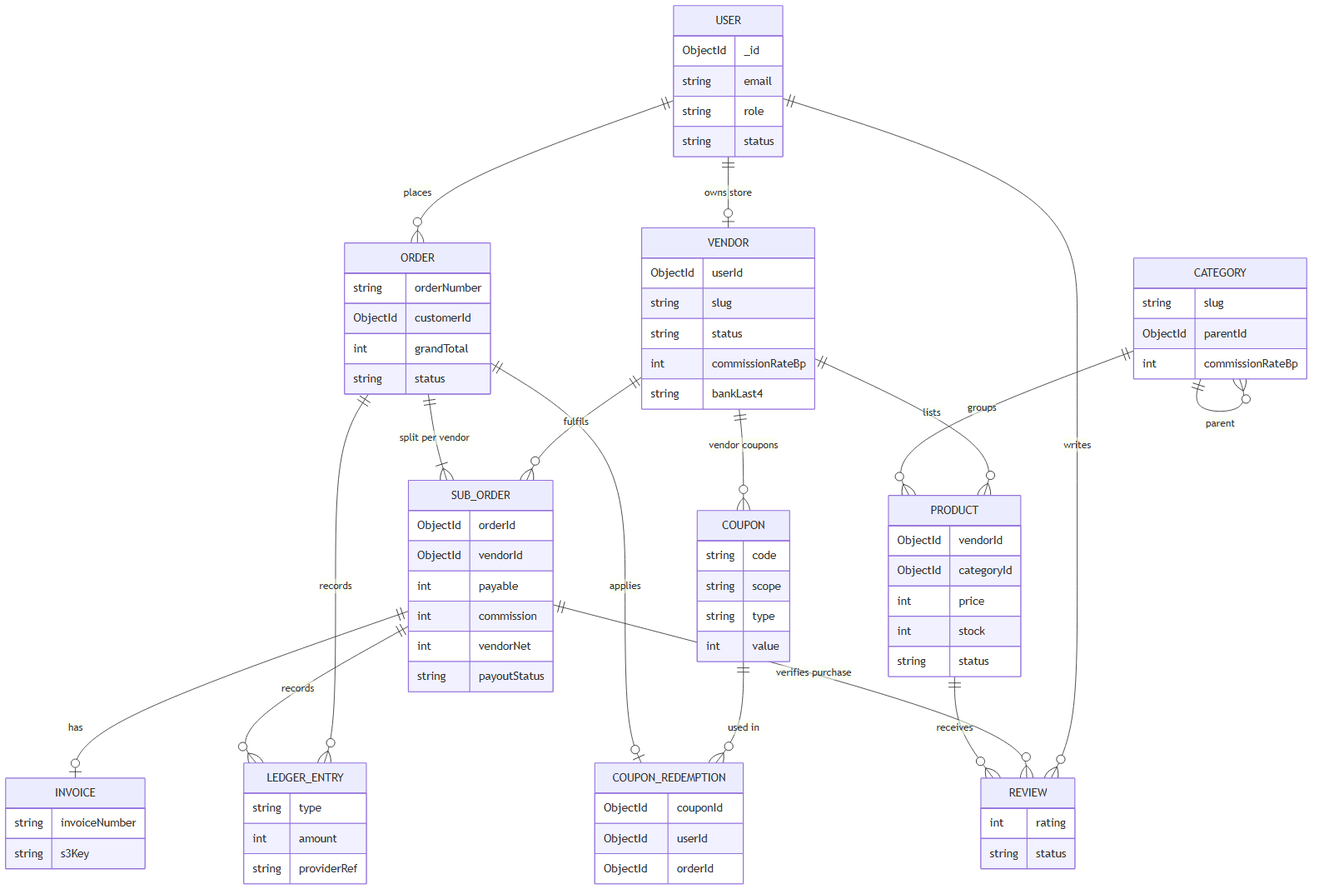
Above: FS-01/docs/assets/erd.png in Adarsh619/Rout_Adarsh_Pradhan_Capstone_Projects (Mermaid), before the change. Its source is kept beside it as FS-01/docs/assets/erd.mmd. Its diagram source:
```mermaid
erDiagram
  USER ||--o| VENDOR : "owns store"
  USER ||--o{ ORDER : places
  USER ||--o{ REVIEW : writes
  VENDOR ||--o{ PRODUCT : lists
  VENDOR ||--o{ SUB_ORDER : fulfils
  VENDOR ||--o{ COUPON : "vendor coupons"
  CATEGORY ||--o{ PRODUCT : groups
  CATEGORY ||--o{ CATEGORY : parent
  ORDER ||--|{ SUB_ORDER : "split per vendor"
  ORDER ||--o{ LEDGER_ENTRY : records
  SUB_ORDER ||--o{ LEDGER_ENTRY : records
  SUB_ORDER ||--o| INVOICE : has
  SUB_ORDER ||--o{ REVIEW : "verifies purchase"
  PRODUCT ||--o{ REVIEW : receives
  COUPON ||--o{ COUPON_REDEMPTION : "used in"
  ORDER ||--o| COUPON_REDEMPTION : applies

  USER { ObjectId _id string email string role string status }
  VENDOR { ObjectId userId string slug string status int commissionRateBp string bankLast4 }
  CATEGORY { string slug ObjectId parentId int commissionRateBp }
  PRODUCT { ObjectId vendorId ObjectId categoryId int price int stock string status }
  ORDER { string orderNumber ObjectId customerId int grandTotal string status }
  SUB_ORDER { ObjectId orderId ObjectId vendorId int payable int commission int vendorNet string payoutStatus }
  LEDGER_ENTRY { string type int amount string providerRef }
  INVOICE { string invoiceNumber string s3Key }
  REVIEW { int rating string status }
  COUPON { string code string scope string type int value }
  COUPON_REDEMPTION { ObjectId couponId ObjectId userId ObjectId orderId }
```
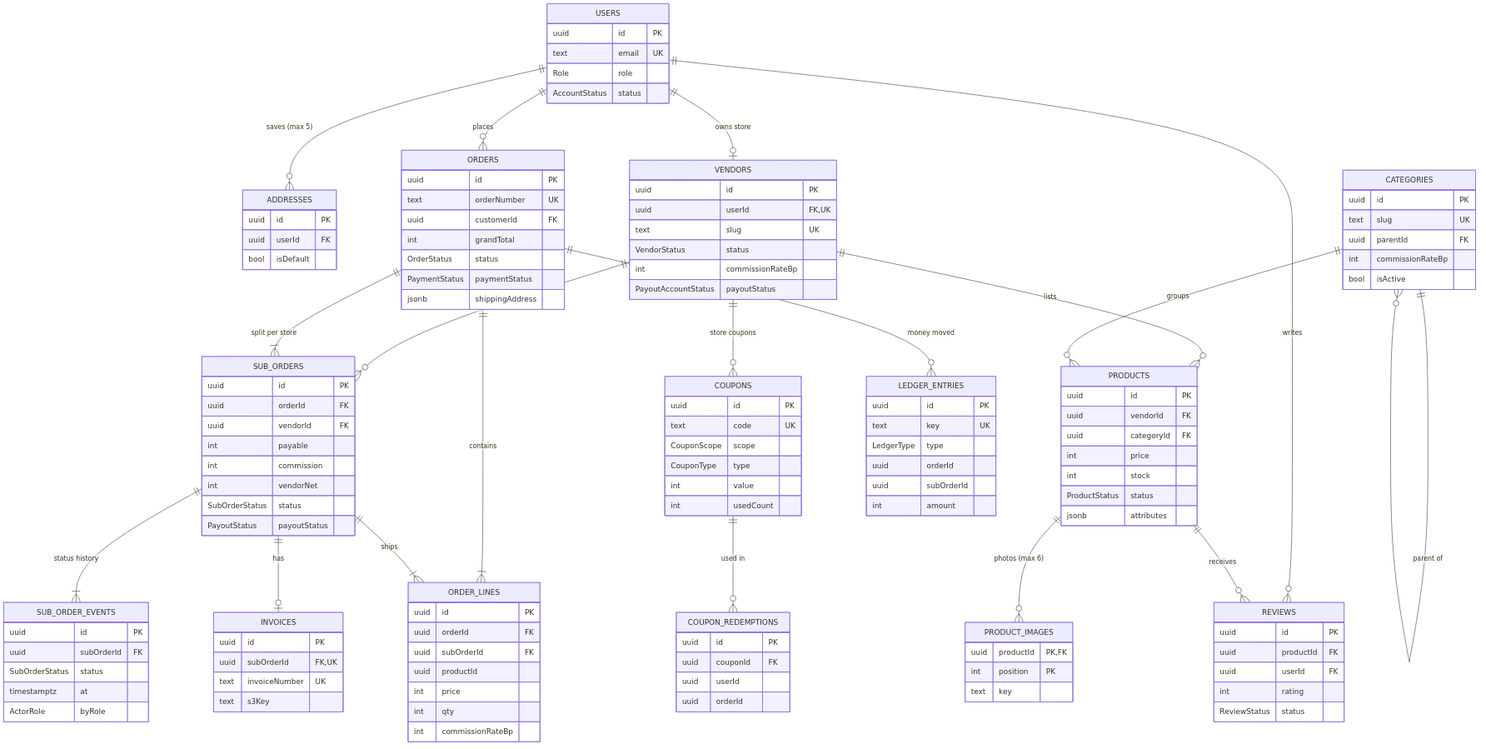
Above is the later version.

What changed in the source:
```diff
@@ -1,29 +1,35 @@
 erDiagram
-  USER ||--o| VENDOR : "owns store"
-  USER ||--o{ ORDER : places
-  USER ||--o{ REVIEW : writes
-  VENDOR ||--o{ PRODUCT : lists
-  VENDOR ||--o{ SUB_ORDER : fulfils
-  VENDOR ||--o{ COUPON : "vendor coupons"
-  CATEGORY ||--o{ PRODUCT : groups
-  CATEGORY ||--o{ CATEGORY : parent
-  ORDER ||--|{ SUB_ORDER : "split per vendor"
-  ORDER ||--o{ LEDGER_ENTRY : records
-  SUB_ORDER ||--o{ LEDGER_ENTRY : records
-  SUB_ORDER ||--o| INVOICE : has
-  SUB_ORDER ||--o{ REVIEW : "verifies purchase"
-  PRODUCT ||--o{ REVIEW : receives
-  COUPON ||--o{ COUPON_REDEMPTION : "used in"
-  ORDER ||--o| COUPON_REDEMPTION : applies
+  USERS ||--o{ ADDRESSES : "saves (max 5)"
+  USERS ||--o| VENDORS : "owns store"
+  USERS ||--o{ ORDERS : places
+  USERS ||--o{ REVIEWS : writes
+  VENDORS ||--o{ PRODUCTS : lists
+  VENDORS ||--o{ SUB_ORDERS : fulfils
+  VENDORS ||--o{ COUPONS : "store coupons"
+  CATEGORIES ||--o{ PRODUCTS : groups
+  CATEGORIES ||--o{ CATEGORIES : "parent of"
+  PRODUCTS ||--o{ PRODUCT_IMAGES : "photos (max 6)"
+  PRODUCTS ||--o{ REVIEWS : receives
+  ORDERS ||--|{ SUB_ORDERS : "split per store"
+  ORDERS ||--|{ ORDER_LINES : contains
+  SUB_ORDERS ||--|{ ORDER_LINES : ships
+  SUB_ORDERS ||--|{ SUB_ORDER_EVENTS : "status history"
+  SUB_ORDERS ||--o| INVOICES : has
+  COUPONS ||--o{ COUPON_REDEMPTIONS : "used in"
+  ORDERS ||--o{ LEDGER_ENTRIES : "money moved"
 
-  USER { ObjectId _id string email string role string status }
-  VENDOR { ObjectId userId string slug string status int commissionRateBp string bankLast4 }
-  CATEGORY { string slug ObjectId parentId int commissionRateBp }
-  PRODUCT { ObjectId vendorId ObjectId categoryId int price int stock string status }
-  ORDER { string orderNumber ObjectId customerId int grandTotal string status }
-  SUB_ORDER { ObjectId orderId ObjectId vendorId int payable int commission int vendorNet string payoutStatus }
-  LEDGER_ENTRY { string type int amount string providerRef }
-  INVOICE { string invoiceNumber string s3Key }
-  REVIEW { int rating string status }
-  COUPON { string code string scope string type int value }
-  COUPON_REDEMPTION { ObjectId couponId ObjectId userId ObjectId orderId }
+  USERS { uuid id PK text email UK Role role AccountStatus status }
+  ADDRESSES { uuid id PK uuid userId FK bool isDefault }
+  VENDORS { uuid id PK uuid userId FK,UK text slug UK VendorStatus status int commissionRateBp PayoutAccountStatus payoutStatus }
+  CATEGORIES { uuid id PK text slug UK uuid parentId FK int commissionRateBp bool isActive }
+  PRODUCTS { uuid id PK uuid vendorId FK uuid categoryId FK int price int stock ProductStatus status jsonb attributes }
+  PRODUCT_IMAGES { uuid productId PK,FK int position PK text key }
+  ORDERS { uuid id PK text orderNumber UK uuid customerId FK int grandTotal OrderStatus status PaymentStatus paymentStatus jsonb shippingAddress }
+  SUB_ORDERS { uuid id PK uuid orderId FK uuid vendorId FK int payable int commission int vendorNet SubOrderStatus status PayoutStatus payoutStatus }
+  ORDER_LINES { uuid id PK uuid orderId FK uuid subOrderId FK uuid productId int price int qty int commissionRateBp }
+  SUB_ORDER_EVENTS { uuid id PK uuid subOrderId FK SubOrderStatus status timestamptz at ActorRole byRole }
+  INVOICES { uuid id PK uuid subOrderId FK,UK text invoiceNumber UK text s3Key }
+  REVIEWS { uuid id PK uuid productId FK uuid userId FK int rating ReviewStatus status }
+  COUPONS { uuid id PK text code UK CouponScope scope CouponType type int value int usedCount }
+  COUPON_REDEMPTIONS { uuid id PK uuid couponId FK uuid userId uuid orderId }
+  LEDGER_ENTRIES { uuid id PK text key UK LedgerType type uuid orderId uuid subOrderId int amount }
```
